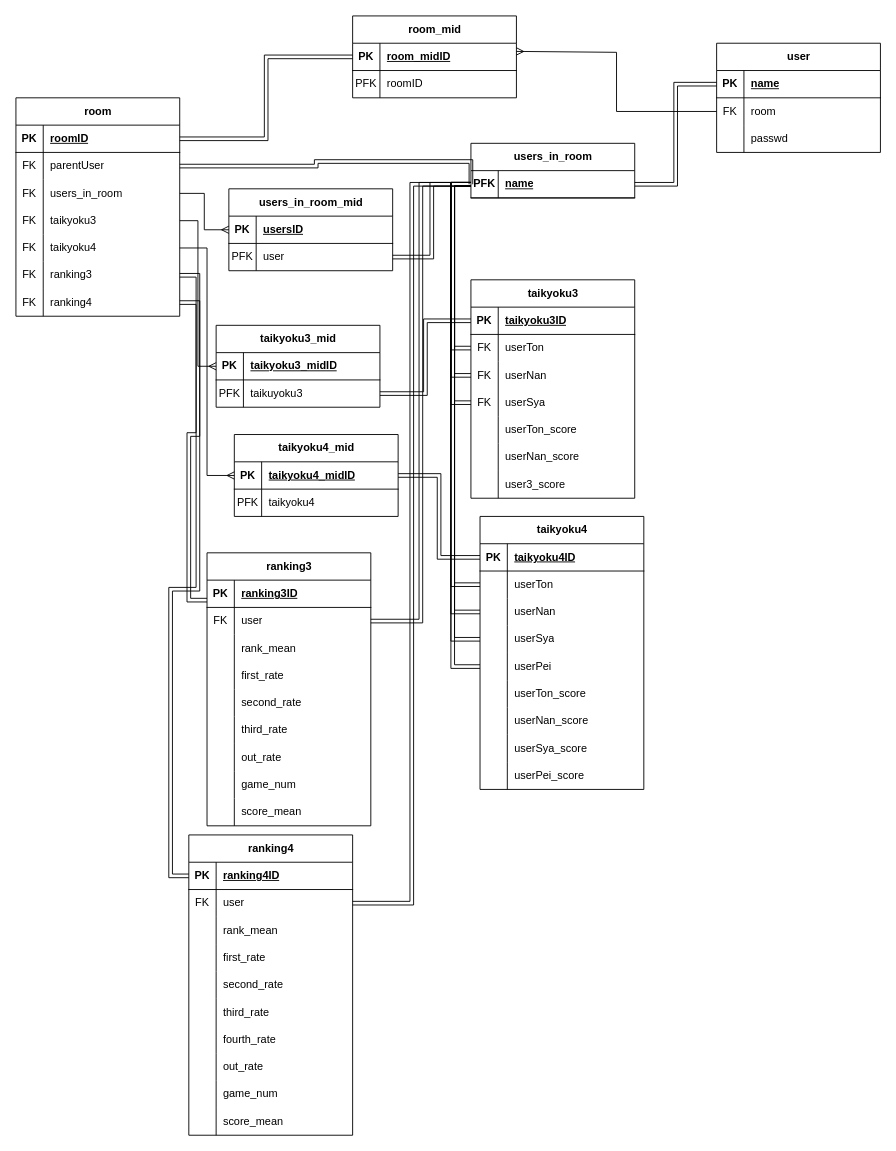
Before: PungPals_ER.drawio in kechigon/PungPals, a draw.io diagram. Source tidied: cells renumbered, new cells numbered last; positions are measured from the earlier drawing's top-left corner, leaving out a move shared by most shapes. Both pictures are drawn from the tidied source at 91%, with x=0, y=0 at pixel (15, 15).
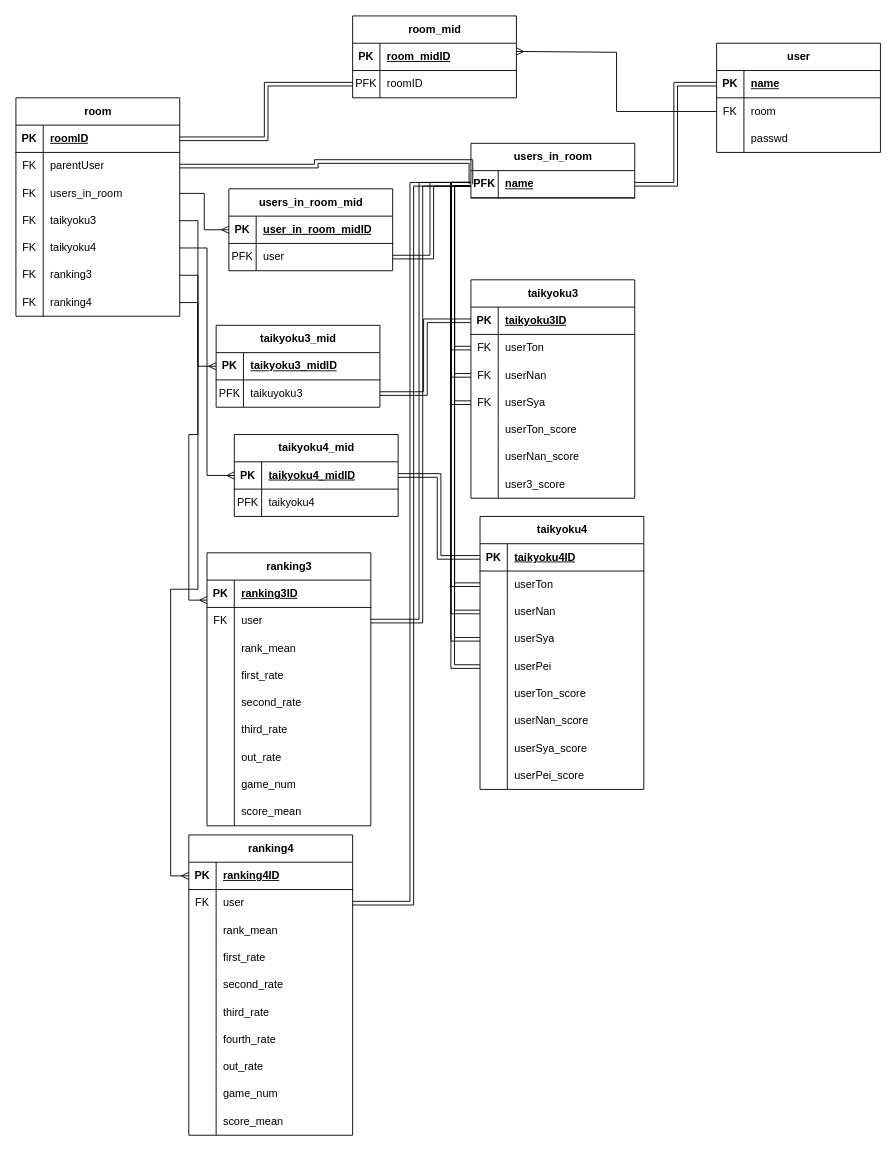
The same diagram, later.

Commit message:
PungPals_ER.drawio を更新します

The change refers to these unchanged cells:
```xml
<mxCell id="3" style="shape=tableRow;horizontal=0;startSize=0;swimlaneHead=0;swimlaneBody=0;fillColor=none;points=[[0,0.5],[1,0.5]];portConstraint=eastwest;top=0;left=0;right=0;bottom=1;" parent="2" vertex="1">
  <mxGeometry y="30" width="180" height="30" as="geometry" />
</mxCell>
<mxCell id="18" style="shape=tableRow;horizontal=0;startSize=0;swimlaneHead=0;swimlaneBody=0;fillColor=none;points=[[0,0.5],[1,0.5]];portConstraint=eastwest;top=0;left=0;right=0;bottom=0;" parent="2" vertex="1">
  <mxGeometry y="180" width="180" height="30" as="geometry" />
</mxCell>
<mxCell id="21" style="shape=tableRow;horizontal=0;startSize=0;swimlaneHead=0;swimlaneBody=0;fillColor=none;points=[[0,0.5],[1,0.5]];portConstraint=eastwest;top=0;left=0;right=0;bottom=0;" parent="2" vertex="1">
  <mxGeometry y="210" width="180" height="30" as="geometry" />
</mxCell>
<mxCell id="25" style="shape=tableRow;horizontal=0;startSize=0;swimlaneHead=0;swimlaneBody=0;fillColor=none;points=[[0,0.5],[1,0.5]];portConstraint=eastwest;top=0;left=0;right=0;bottom=1;" parent="24" vertex="1">
  <mxGeometry y="30" width="180" height="30" as="geometry" />
</mxCell>
<mxCell id="114" style="shape=tableRow;horizontal=0;startSize=0;swimlaneHead=0;swimlaneBody=0;fillColor=none;points=[[0,0.5],[1,0.5]];portConstraint=eastwest;top=0;left=0;right=0;bottom=1;" parent="113" vertex="1">
  <mxGeometry y="30" width="180" height="30" as="geometry" />
</mxCell>
<mxCell id="143" style="shape=tableRow;horizontal=0;startSize=0;swimlaneHead=0;swimlaneBody=0;fillColor=none;points=[[0,0.5],[1,0.5]];portConstraint=eastwest;top=0;left=0;right=0;bottom=1;" parent="142" vertex="1">
  <mxGeometry y="30" width="180" height="30" as="geometry" />
</mxCell>
<mxCell id="188" style="shape=tableRow;horizontal=0;startSize=0;swimlaneHead=0;swimlaneBody=0;fillColor=none;points=[[0,0.5],[1,0.5]];portConstraint=eastwest;top=0;left=0;right=0;bottom=1;" parent="187" vertex="1">
  <mxGeometry y="30" width="180" height="30" as="geometry" />
</mxCell>
<mxCell id="191" style="shape=tableRow;horizontal=0;startSize=0;swimlaneHead=0;swimlaneBody=0;fillColor=none;points=[[0,0.5],[1,0.5]];portConstraint=eastwest;top=0;left=0;right=0;bottom=0;" parent="187" vertex="1">
  <mxGeometry y="60" width="180" height="30" as="geometry" />
</mxCell>
```

Diff of the diagram source:
```diff
@@
-    <mxCell id="27" value="usersID" style="shape=partialRectangle;fillColor=none;top=0;left=0;bottom=0;right=0;align=left;spacingLeft=6;fontStyle=5;overflow=hidden;whiteSpace=wrap;html=1;" parent="25" vertex="1">
+    <mxCell id="27" value="user_in_room_midID" style="shape=partialRectangle;fillColor=none;top=0;left=0;bottom=0;right=0;align=left;spacingLeft=6;fontStyle=5;overflow=hidden;whiteSpace=wrap;html=1;" parent="25" vertex="1">
       <mxGeometry x="30" width="150" height="30" as="geometry" />
     </mxCell>
@@
-    <mxCell id="174" style="edgeStyle=orthogonalEdgeStyle;rounded=0;jettySize=auto;html=1;entryX=0;entryY=0.733;entryDx=0;entryDy=0;entryPerimeter=0;shape=link;" parent="1" edge="1" source="18" target="114">
+    <mxCell id="174" style="edgeStyle=orthogonalEdgeStyle;rounded=0;jettySize=auto;html=1;entryX=0;entryY=0.733;entryDx=0;entryDy=0;entryPerimeter=0;endArrow=ERmany;endFill=0;" parent="1" edge="1" source="18" target="114">
       <mxGeometry relative="1" as="geometry" />
     </mxCell>
-    <mxCell id="175" style="edgeStyle=orthogonalEdgeStyle;rounded=0;jettySize=auto;html=1;entryX=0;entryY=0.5;entryDx=0;entryDy=0;shape=link;" parent="1" edge="1" source="21" target="143">
+    <mxCell id="175" style="edgeStyle=orthogonalEdgeStyle;rounded=0;jettySize=auto;html=1;entryX=0;entryY=0.5;entryDx=0;entryDy=0;endArrow=ERmany;endFill=0;" parent="1" edge="1" source="21" target="143">
       <mxGeometry relative="1" as="geometry" />
     </mxCell>
@@
-    <mxCell id="195" style="edgeStyle=orthogonalEdgeStyle;rounded=0;jettySize=auto;html=1;entryX=0;entryY=0.5;entryDx=0;entryDy=0;shape=link;" parent="1" edge="1" source="3" target="188">
+    <mxCell id="195" style="edgeStyle=orthogonalEdgeStyle;rounded=0;jettySize=auto;html=1;entryX=0;entryY=0.5;entryDx=0;entryDy=0;shape=link;" parent="1" edge="1" source="3" target="191">
       <mxGeometry relative="1" as="geometry" />
     </mxCell>
```
